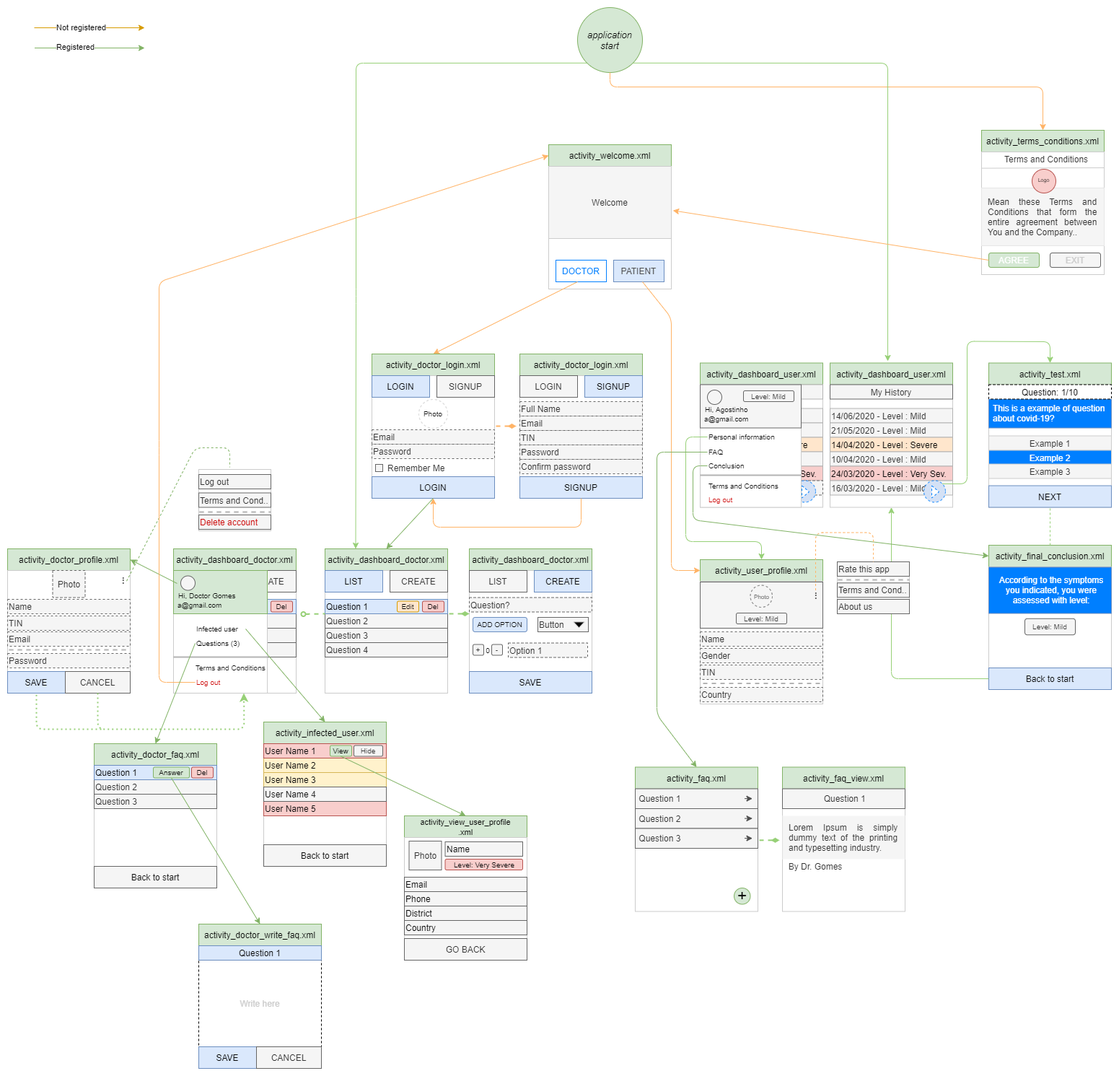
The draw.io diagram documentation/draw-nav_activity.png in agostinhoramos/Testing_COVID_19, before a commit. Source tidied: cells renumbered, new cells last; positions are measured from the earlier drawing's top-left corner, leaving out a move shared by most shapes.
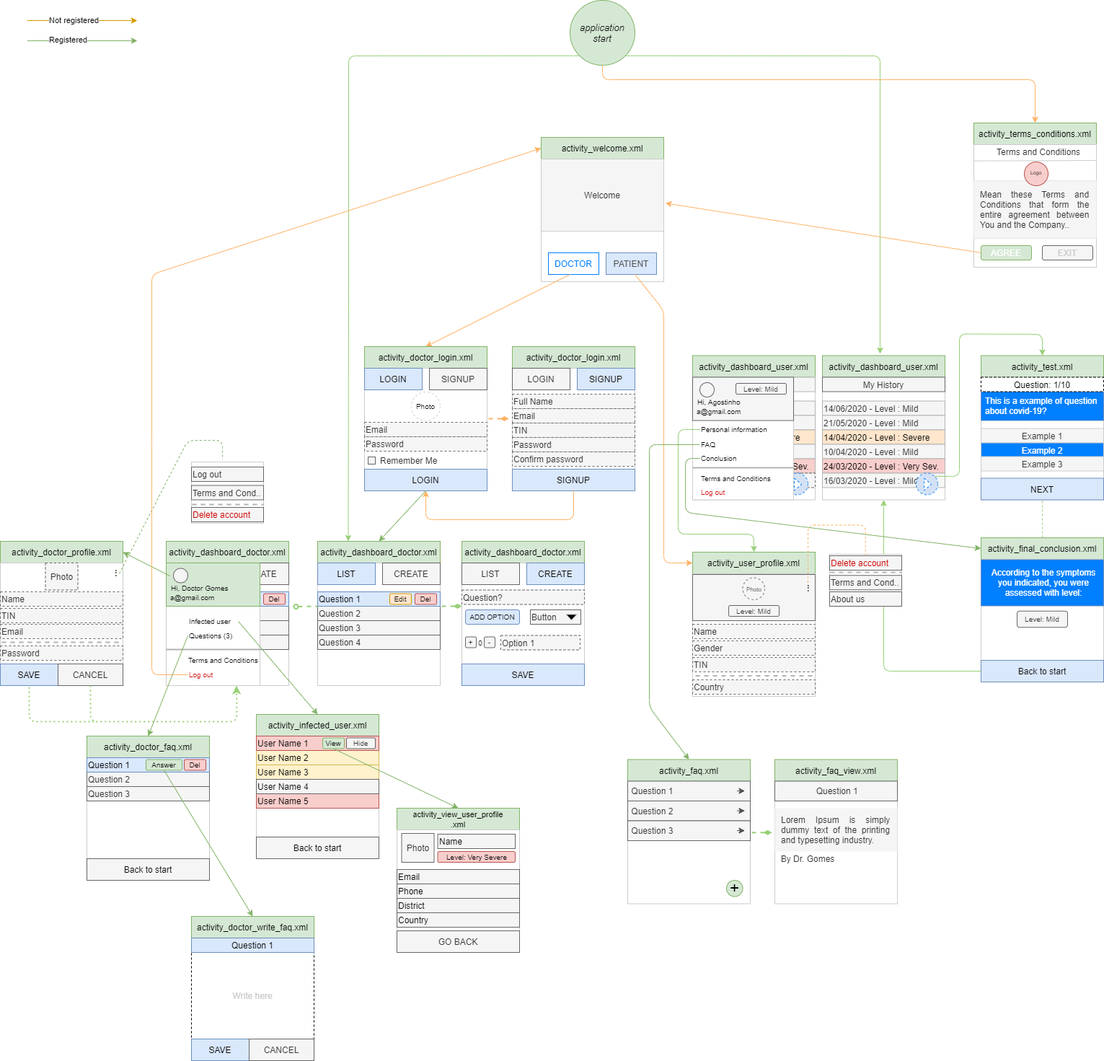
The same file after the commit.

The edit, as a diff of the source:
```diff
@@ -842,8 +842,8 @@
         <mxPoint x="1250" y="793" as="targetPoint" />
       </mxGeometry>
     </mxCell>
-    <mxCell id="234" value="Rate this app" style="rounded=0;whiteSpace=wrap;html=1;fillColor=#f5f5f5;strokeColor=#666666;fontColor=#333333;align=left;" parent="1" vertex="1">
-      <mxGeometry x="1150" y="768" width="100" height="20" as="geometry" />
+    <mxCell id="234" value="&lt;span style=&quot;color: rgb(204 , 0 , 0)&quot;&gt;Delete account&lt;/span&gt;" style="rounded=0;whiteSpace=wrap;html=1;fillColor=#f5f5f5;strokeColor=#666666;fontColor=#333333;align=left;" parent="1" vertex="1">
+      <mxGeometry x="1150" y="770" width="100" height="20" as="geometry" />
     </mxCell>
     <mxCell id="235" value="About us" style="rounded=0;whiteSpace=wrap;html=1;fillColor=#f5f5f5;strokeColor=#666666;fontColor=#333333;align=left;" parent="1" vertex="1">
       <mxGeometry x="1150" y="820" width="100" height="20" as="geometry" />
```
